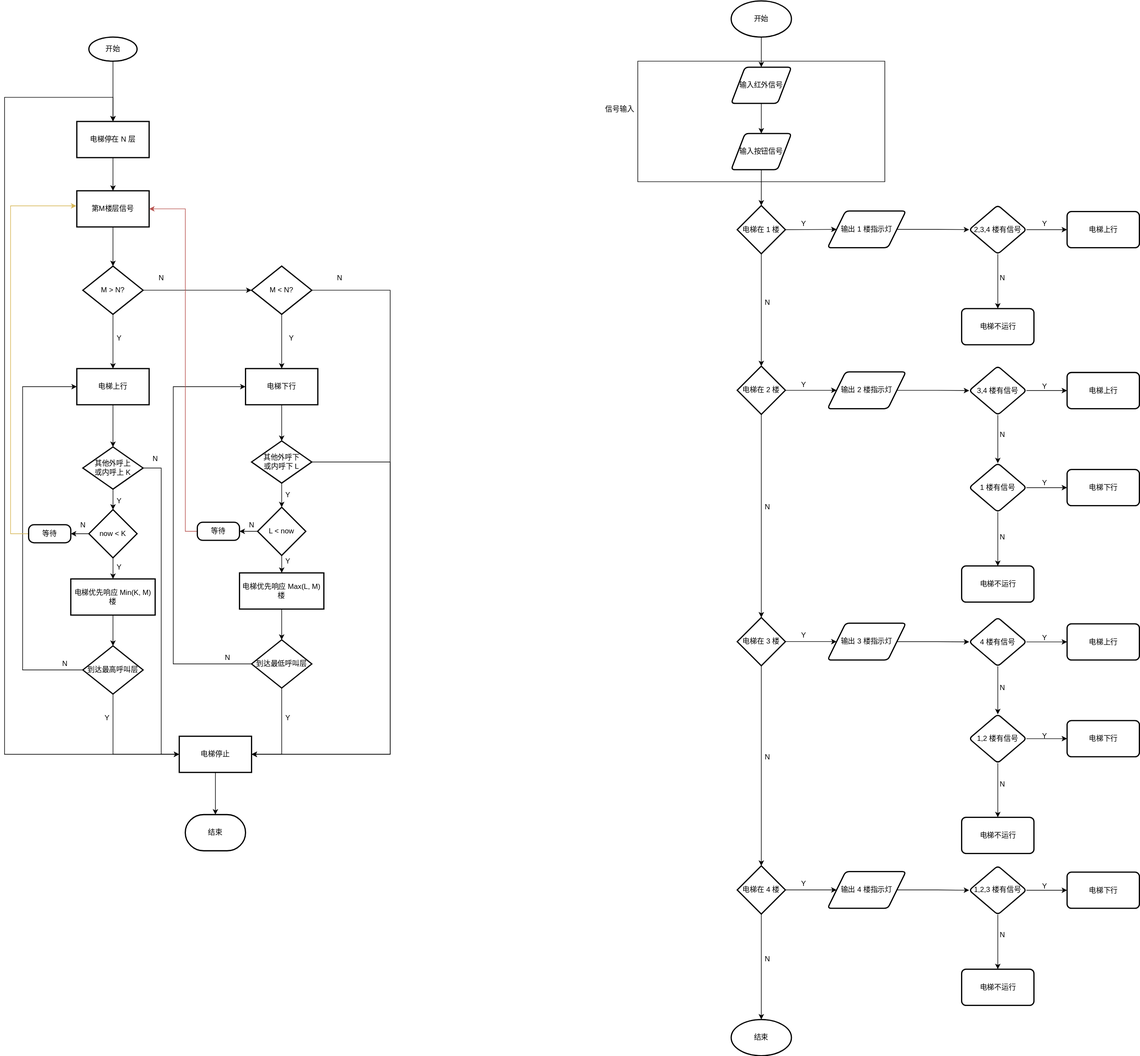
The draw.io diagram Draw.io/PLC控制四层电梯程序流程图.drawio.svg in InoryLwc/ConfigRepo, before a commit. Source tidied: cells renumbered, new cells last; positions are measured from the earlier drawing's top-left corner, leaving out a move shared by most shapes.
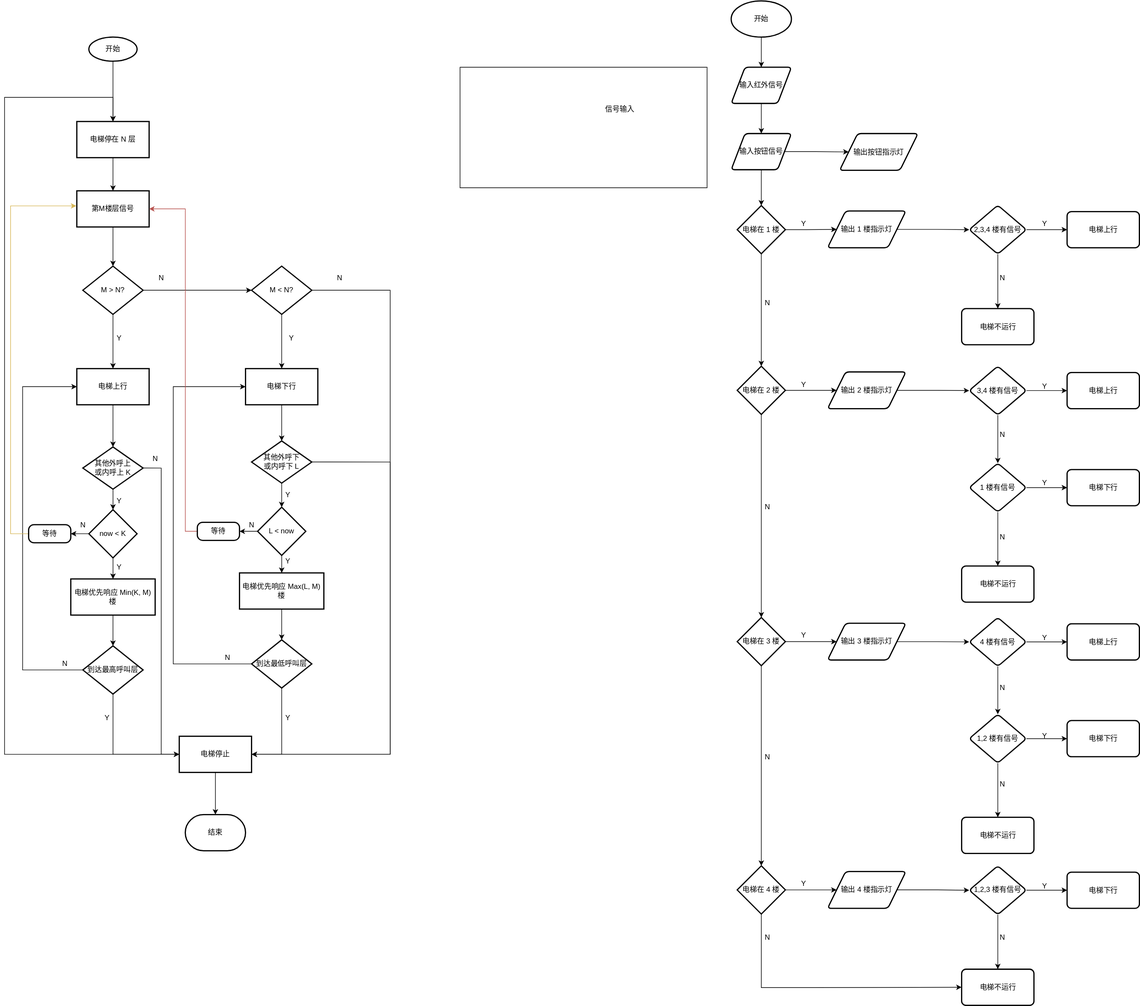
The same file after the commit.

Commit message:
更新PLC控制四层电梯程序流程图.drawio.svg

Change to the diagram source:
```diff
@@ -266,8 +266,13 @@
     <mxCell id="74" value="N" style="text;html=1;align=center;verticalAlign=middle;strokeColor=none;fillColor=none;" parent="1" vertex="1">
       <mxGeometry x="1256" y="1244.5" width="20" height="20" as="geometry" />
     </mxCell>
-    <mxCell id="75" style="edgeStyle=orthogonalEdgeStyle;rounded=0;jettySize=auto;html=1;entryX=0.5;entryY=0;entryDx=0;entryDy=0;entryPerimeter=0;" parent="1" edge="1" source="76" target="138">
-      <mxGeometry relative="1" as="geometry" />
+    <mxCell id="75" style="edgeStyle=orthogonalEdgeStyle;rounded=0;jettySize=auto;html=1;entryX=0;entryY=0.5;entryDx=0;entryDy=0;" parent="1" edge="1" source="76" target="115">
+      <mxGeometry relative="1" as="geometry">
+        <Array as="points">
+          <mxPoint x="1256" y="1637" />
+          <mxPoint x="1346" y="1637" />
+        </Array>
+      </mxGeometry>
     </mxCell>
     <mxCell id="76" value="&lt;span&gt;电梯在 4 楼&lt;/span&gt;" style="rhombus;whiteSpace=wrap;html=1;strokeWidth=2;" parent="1" vertex="1">
       <mxGeometry x="1216" y="1435" width="80" height="80" as="geometry" />
@@ -281,11 +286,14 @@
     <mxCell id="79" style="edgeStyle=orthogonalEdgeStyle;rounded=0;jettySize=auto;html=1;exitX=0.5;exitY=1;exitDx=0;exitDy=0;" parent="1" edge="1" source="80" target="67">
       <mxGeometry relative="1" as="geometry" />
     </mxCell>
+    <mxCell id="140" style="edgeStyle=orthogonalEdgeStyle;rounded=0;jettySize=auto;html=1;" parent="1" edge="1" source="80" target="141">
+      <mxGeometry relative="1" as="geometry" />
+    </mxCell>
     <mxCell id="80" value="输入按钮信号" style="shape=parallelogram;html=1;strokeWidth=2;perimeter=parallelogramPerimeter;whiteSpace=wrap;rounded=1;arcSize=12;size=0.23;" parent="1" vertex="1">
       <mxGeometry x="1206" y="220" width="100" height="60" as="geometry" />
     </mxCell>
     <mxCell id="81" style="verticalLabelPosition=bottom;verticalAlign=top;html=1;shape=mxgraph.basic.rect;fillColor2=none;strokeWidth=1;size=20;indent=5;fillColor=none;" parent="1" vertex="1">
-      <mxGeometry x="1051" y="100" width="410" height="200" as="geometry" />
+      <mxGeometry x="756" y="110" width="410" height="200" as="geometry" />
     </mxCell>
     <mxCell id="82" value="信号输入" style="text;html=1;align=center;verticalAlign=middle;strokeColor=none;fillColor=none;" parent="1" vertex="1">
       <mxGeometry x="991" y="170" width="60" height="20" as="geometry" />
@@ -453,13 +461,13 @@
       <mxGeometry x="1716" y="1459" width="20" height="20" as="geometry" />
     </mxCell>
     <mxCell id="137" value="N" style="text;html=1;align=center;verticalAlign=middle;strokeColor=none;fillColor=none;" parent="1" vertex="1">
-      <mxGeometry x="1646" y="1540" width="20" height="20" as="geometry" />
+      <mxGeometry x="1646" y="1544" width="20" height="20" as="geometry" />
     </mxCell>
-    <mxCell id="138" value="结束" style="strokeWidth=2;html=1;shape=mxgraph.flowchart.start_1;whiteSpace=wrap;" parent="1" vertex="1">
-      <mxGeometry x="1206" y="1690" width="100" height="60" as="geometry" />
-    </mxCell>
     <mxCell id="139" value="N" style="text;html=1;align=center;verticalAlign=middle;strokeColor=none;fillColor=none;" parent="1" vertex="1">
-      <mxGeometry x="1256" y="1580" width="20" height="20" as="geometry" />
+      <mxGeometry x="1256" y="1544" width="20" height="20" as="geometry" />
     </mxCell>
+    <mxCell id="141" value="输出按钮指示灯" style="shape=parallelogram;html=1;strokeWidth=2;perimeter=parallelogramPerimeter;whiteSpace=wrap;rounded=1;arcSize=12;size=0.23;" parent="1" vertex="1">
+      <mxGeometry x="1386" y="220" width="130" height="61" as="geometry" />
+    </mxCell>
   </root>
 </mxGraphModel>
```
